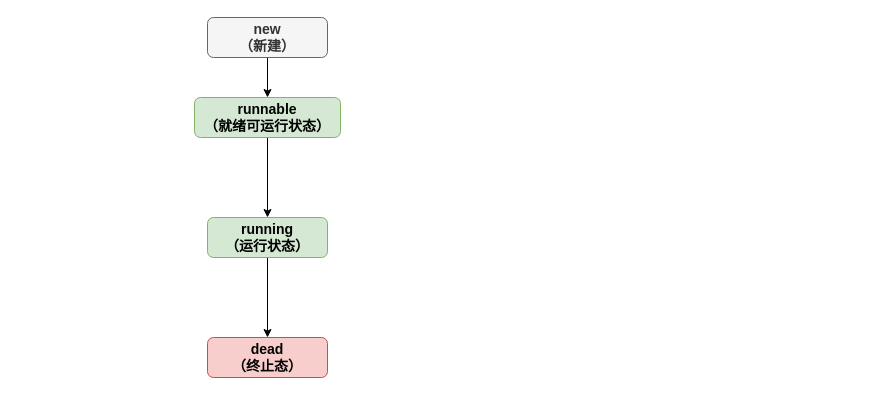
The draw.io diagram Java/Java基础/JUC与多线程/Java线程的生命周期.drawio in Developer-Tang/Knowledge-Notes, before the edit. Source tidied: cells renumbered, new cells numbered last; positions are measured from the earlier drawing's top-left corner, leaving out a move shared by most shapes. Both pictures are drawn from the tidied source at 100%, with x=0, y=0 at pixel (194, 17).
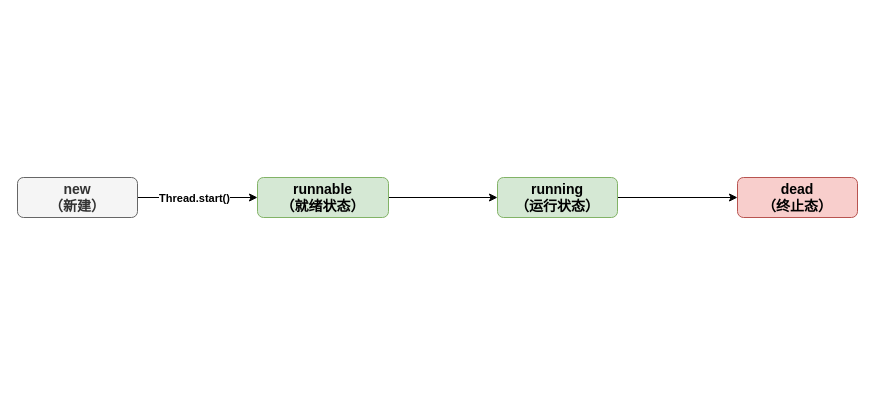
Above is the later version.

What changed in the source:
```diff
@@
 <mxGraphModel>
   <root>
     <mxCell id="0" />
     <mxCell id="1" parent="0" />
     <mxCell id="2" style="edgeStyle=orthogonalEdgeStyle;rounded=0;jettySize=auto;html=1;fontSize=14;fontStyle=1;" parent="1" edge="1" source="3" target="5">
-      <mxGeometry relative="1" as="geometry" />
+      <mxGeometry relative="1" as="geometry">
+        <Array as="points">
+          <mxPoint x="-7" y="180" />
+          <mxPoint x="-7" y="180" />
+        </Array>
+      </mxGeometry>
     </mxCell>
+    <mxCell id="9" value="Thread.start()" style="edgeLabel;html=1;align=center;verticalAlign=middle;fontStyle=1;" parent="2" vertex="1">
+      <mxGeometry x="0.12" y="1" relative="1" as="geometry">
+        <mxPoint x="-11" y="1" as="offset" />
+      </mxGeometry>
+    </mxCell>
     <mxCell id="3" value="new&lt;br style=&quot;font-size: 14px;&quot;&gt;（新建）" style="rounded=1;whiteSpace=wrap;html=1;fontSize=14;glass=0;strokeWidth=1;shadow=0;fillColor=#f5f5f5;strokeColor=#666666;fontColor=#333333;fontStyle=1;" parent="1" vertex="1">
-      <mxGeometry x="13" width="120" height="40" as="geometry" />
+      <mxGeometry x="-177" y="160" width="120" height="40" as="geometry" />
     </mxCell>
     <mxCell id="4" style="edgeStyle=orthogonalEdgeStyle;rounded=0;jettySize=auto;html=1;fontSize=14;" parent="1" edge="1" source="5" target="7">
       <mxGeometry relative="1" as="geometry" />
     </mxCell>
-    <mxCell id="5" value="runnable&lt;br style=&quot;font-size: 14px&quot;&gt;（就绪可运行状态）" style="rounded=1;whiteSpace=wrap;html=1;fontSize=14;glass=0;strokeWidth=1;shadow=0;fillColor=#d5e8d4;strokeColor=#82b366;fontStyle=1;" parent="1" vertex="1">
-      <mxGeometry y="80" width="146" height="40" as="geometry" />
+    <mxCell id="5" value="runnable&lt;br style=&quot;font-size: 14px&quot;&gt;（就绪状态）" style="rounded=1;whiteSpace=wrap;html=1;fontSize=14;glass=0;strokeWidth=1;shadow=0;fillColor=#d5e8d4;strokeColor=#82b366;fontStyle=1;" parent="1" vertex="1">
+      <mxGeometry x="63" y="160" width="131" height="40" as="geometry" />
     </mxCell>
     <mxCell id="6" style="edgeStyle=orthogonalEdgeStyle;rounded=0;jettySize=auto;html=1;" parent="1" edge="1" source="7" target="8">
       <mxGeometry relative="1" as="geometry" />
     </mxCell>
     <mxCell id="7" value="running&lt;br style=&quot;font-size: 14px&quot;&gt;（运行状态）" style="rounded=1;whiteSpace=wrap;html=1;fontSize=14;glass=0;strokeWidth=1;shadow=0;fillColor=#d5e8d4;strokeColor=#82b366;fontStyle=1;" parent="1" vertex="1">
-      <mxGeometry x="13" y="200" width="120" height="40" as="geometry" />
+      <mxGeometry x="303" y="160" width="120" height="40" as="geometry" />
     </mxCell>
     <mxCell id="8" value="dead&lt;br&gt;（终止态）&lt;br&gt;" style="rounded=1;whiteSpace=wrap;html=1;fontSize=14;glass=0;strokeWidth=1;shadow=0;fillColor=#f8cecc;strokeColor=#b85450;fontStyle=1;" parent="1" vertex="1">
-      <mxGeometry x="13" y="320" width="120" height="40" as="geometry" />
+      <mxGeometry x="543" y="160" width="120" height="40" as="geometry" />
     </mxCell>
   </root>
 </mxGraphModel>
```
